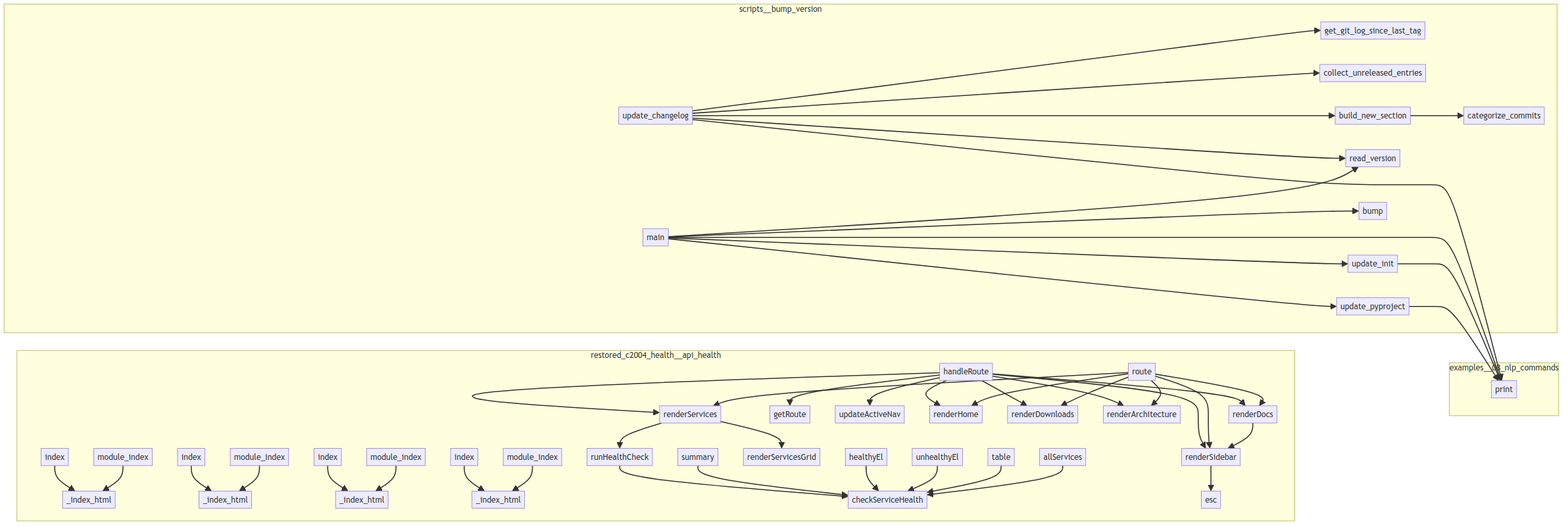
Before: project/calls.png, a diagram exported from Mermaid (semcod/resplit). Its source is kept beside it as project/calls.mmd.
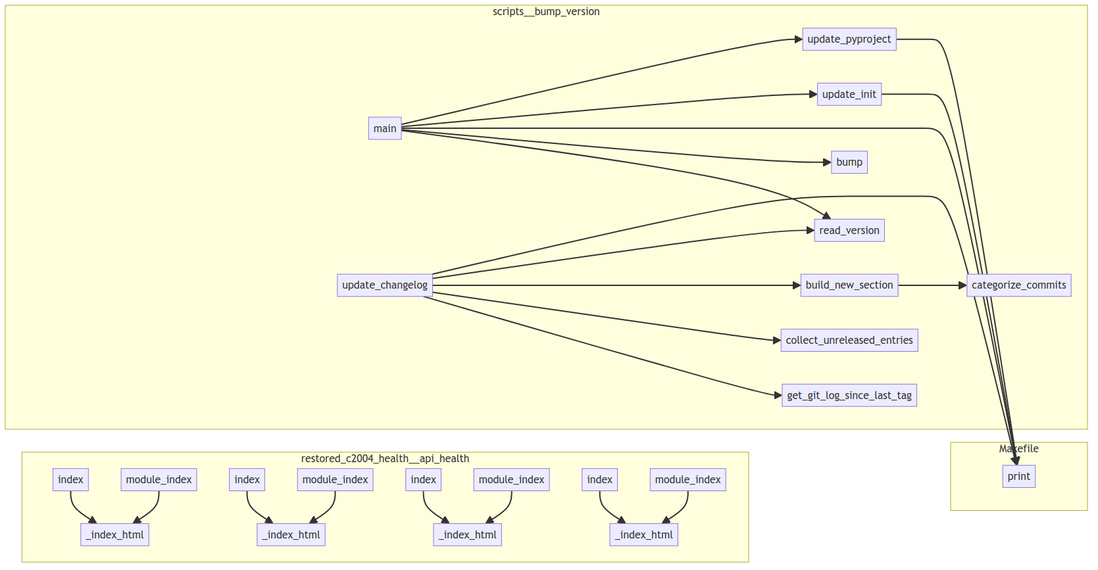
The same diagram one commit later.

Change to the diagram source:
```diff
@@ -1,51 +1,32 @@
 flowchart LR
-    subgraph examples__08_nlp_commands
-        examples__08_nlp_commands__README__print["print"]
+    subgraph Makefile
+        Makefile__print["print"]
     end
     subgraph restored_c2004_health__api_health
-        restored_c2004_health__api_health__backend__site__src__main__renderServices["renderServices"]
-        restored_c2004_health__api_health__backend__site__src__main__renderDocs["renderDocs"]
-        restored_c2004_health__api_health__backend__site__src__main__renderDownloads["renderDownloads"]
-        restored_c2004_health__api_health__backend__site__src__main__getRoute["getRoute"]
-        restored_c2004_health__api_health__backend__site__src__main__updateActiveNav["updateActiveNav"]
-        restored_c2004_health__api_health__backend__site__src__main__allServices["allServices"]
-        restored_c2004_health__api_health__backend__site__src__main__table["table"]
+        restored_c2004_health__api_health__backend__modules__connect_config_network__api__main___index_html["_index_html"]
+        restored_c2004_health__api_health__backend__modules__connect_reports_month__api__main___index_html["_index_html"]
+        restored_c2004_health__api_health__backend__modules__connect_config_network__api__main__index["index"]
+        restored_c2004_health__api_health__backend__modules__connect_manager_library__api__main___index_html["_index_html"]
+        restored_c2004_health__api_health__backend__modules__connect_manager_library__api__main__index["index"]
         restored_c2004_health__api_health__backend__modules__connect_manager_library__api__main__module_index["module_index"]
-        restored_c2004_health__api_health__backend__site__src__main__renderArchitecture["renderArchitecture"]
-        restored_c2004_health__api_health__backend__modules__connect_manager_library__api__main___index_html["_index_html"]
+        restored_c2004_health__api_health__backend__modules__connect_reports_month__api__main__index["index"]
+        restored_c2004_health__api_health__backend__modules__connect_id_user_list__api__main__module_index["module_index"]
         restored_c2004_health__api_health__backend__modules__connect_id_user_list__api__main__index["index"]
         restored_c2004_health__api_health__backend__modules__connect_reports_month__api__main__module_index["module_index"]
-        restored_c2004_health__api_health__backend__site__src__main__healthyEl["healthyEl"]
-        restored_c2004_health__api_health__backend__site__src__main__route["route"]
-        restored_c2004_health__api_health__backend__modules__connect_manager_library__api__main__index["index"]
-        restored_c2004_health__api_health__backend__modules__connect_reports_month__api__main___index_html["_index_html"]
-        restored_c2004_health__api_health__backend__site__src__main__renderServicesGrid["renderServicesGrid"]
-        restored_c2004_health__api_health__backend__site__src__main__esc["esc"]
         restored_c2004_health__api_health__backend__modules__connect_config_network__api__main__module_index["module_index"]
-        restored_c2004_health__api_health__backend__site__src__main__checkServiceHealth["checkServiceHealth"]
-        restored_c2004_health__api_health__backend__site__src__main__renderHome["renderHome"]
-        restored_c2004_health__api_health__backend__modules__connect_id_user_list__api__main__module_index["module_index"]
-        restored_c2004_health__api_health__backend__site__src__main__unhealthyEl["unhealthyEl"]
-        restored_c2004_health__api_health__backend__modules__connect_config_network__api__main___index_html["_index_html"]
-        restored_c2004_health__api_health__backend__site__src__main__summary["summary"]
-        restored_c2004_health__api_health__backend__modules__connect_config_network__api__main__index["index"]
-        restored_c2004_health__api_health__backend__site__src__main__renderSidebar["renderSidebar"]
-        restored_c2004_health__api_health__backend__site__src__main__handleRoute["handleRoute"]
-        restored_c2004_health__api_health__backend__modules__connect_reports_month__api__main__index["index"]
         restored_c2004_health__api_health__backend__modules__connect_id_user_list__api__main___index_html["_index_html"]
-        restored_c2004_health__api_health__backend__site__src__main__runHealthCheck["runHealthCheck"]
     end
     subgraph scripts__bump_version
+        scripts__bump_version__bump["bump"]
+        scripts__bump_version__get_git_log_since_last_tag["get_git_log_since_last_tag"]
+        scripts__bump_version__main["main"]
+        scripts__bump_version__read_version["read_version"]
+        scripts__bump_version__update_pyproject["update_pyproject"]
         scripts__bump_version__update_init["update_init"]
-        scripts__bump_version__get_git_log_since_last_tag["get_git_log_since_last_tag"]
         scripts__bump_version__categorize_commits["categorize_commits"]
-        scripts__bump_version__bump["bump"]
+        scripts__bump_version__build_new_section["build_new_section"]
+        scripts__bump_version__update_changelog["update_changelog"]
         scripts__bump_version__collect_unreleased_entries["collect_unreleased_entries"]
-        scripts__bump_version__update_changelog["update_changelog"]
-        scripts__bump_version__build_new_section["build_new_section"]
-        scripts__bump_version__main["main"]
-        scripts__bump_version__update_pyproject["update_pyproject"]
-        scripts__bump_version__read_version["read_version"]
     end
     restored_c2004_health__api_health__backend__modules__connect_config_network__api__main__index --> restored_c2004_health__api_health__backend__modules__connect_config_network__api__main___index_html
     restored_c2004_health__api_health__backend__modules__connect_config_network__api__main__module_index --> restored_c2004_health__api_health__backend__modules__connect_config_network__api__main___index_html
@@ -55,40 +36,16 @@
     restored_c2004_health__api_health__backend__modules__connect_manager_library__api__main__module_index --> restored_c2004_health__api_health__backend__modules__connect_manager_library__api__main___index_html
     restored_c2004_health__api_health__backend__modules__connect_reports_month__api__main__index --> restored_c2004_health__api_health__backend__modules__connect_reports_month__api__main___index_html
     restored_c2004_health__api_health__backend__modules__connect_reports_month__api__main__module_index --> restored_c2004_health__api_health__backend__modules__connect_reports_month__api__main___index_html
-    restored_c2004_health__api_health__backend__site__src__main__handleRoute --> restored_c2004_health__api_health__backend__site__src__main__getRoute
-    restored_c2004_health__api_health__backend__site__src__main__handleRoute --> restored_c2004_health__api_health__backend__site__src__main__updateActiveNav
-    restored_c2004_health__api_health__backend__site__src__main__handleRoute --> restored_c2004_health__api_health__backend__site__src__main__renderHome
-    restored_c2004_health__api_health__backend__site__src__main__handleRoute --> restored_c2004_health__api_health__backend__site__src__main__renderSidebar
-    restored_c2004_health__api_health__backend__site__src__main__handleRoute --> restored_c2004_health__api_health__backend__site__src__main__renderDownloads
-    restored_c2004_health__api_health__backend__site__src__main__handleRoute --> restored_c2004_health__api_health__backend__site__src__main__renderArchitecture
-    restored_c2004_health__api_health__backend__site__src__main__handleRoute --> restored_c2004_health__api_health__backend__site__src__main__renderServices
-    restored_c2004_health__api_health__backend__site__src__main__handleRoute --> restored_c2004_health__api_health__backend__site__src__main__renderDocs
-    restored_c2004_health__api_health__backend__site__src__main__route --> restored_c2004_health__api_health__backend__site__src__main__renderHome
-    restored_c2004_health__api_health__backend__site__src__main__route --> restored_c2004_health__api_health__backend__site__src__main__renderSidebar
-    restored_c2004_health__api_health__backend__site__src__main__route --> restored_c2004_health__api_health__backend__site__src__main__renderDownloads
-    restored_c2004_health__api_health__backend__site__src__main__route --> restored_c2004_health__api_health__backend__site__src__main__renderArchitecture
-    restored_c2004_health__api_health__backend__site__src__main__route --> restored_c2004_health__api_health__backend__site__src__main__renderServices
-    restored_c2004_health__api_health__backend__site__src__main__route --> restored_c2004_health__api_health__backend__site__src__main__renderDocs
-    restored_c2004_health__api_health__backend__site__src__main__renderServices --> restored_c2004_health__api_health__backend__site__src__main__runHealthCheck
-    restored_c2004_health__api_health__backend__site__src__main__renderServices --> restored_c2004_health__api_health__backend__site__src__main__renderServicesGrid
-    restored_c2004_health__api_health__backend__site__src__main__runHealthCheck --> restored_c2004_health__api_health__backend__site__src__main__checkServiceHealth
-    restored_c2004_health__api_health__backend__site__src__main__summary --> restored_c2004_health__api_health__backend__site__src__main__checkServiceHealth
-    restored_c2004_health__api_health__backend__site__src__main__healthyEl --> restored_c2004_health__api_health__backend__site__src__main__checkServiceHealth
-    restored_c2004_health__api_health__backend__site__src__main__unhealthyEl --> restored_c2004_health__api_health__backend__site__src__main__checkServiceHealth
-    restored_c2004_health__api_health__backend__site__src__main__table --> restored_c2004_health__api_health__backend__site__src__main__checkServiceHealth
-    restored_c2004_health__api_health__backend__site__src__main__allServices --> restored_c2004_health__api_health__backend__site__src__main__checkServiceHealth
-    restored_c2004_health__api_health__backend__site__src__main__renderDocs --> restored_c2004_health__api_health__backend__site__src__main__renderSidebar
-    restored_c2004_health__api_health__backend__site__src__main__renderSidebar --> restored_c2004_health__api_health__backend__site__src__main__esc
-    scripts__bump_version__update_init --> examples__08_nlp_commands__README__print
-    scripts__bump_version__update_pyproject --> examples__08_nlp_commands__README__print
+    scripts__bump_version__update_init --> Makefile__print
+    scripts__bump_version__update_pyproject --> Makefile__print
     scripts__bump_version__build_new_section --> scripts__bump_version__categorize_commits
     scripts__bump_version__update_changelog --> scripts__bump_version__get_git_log_since_last_tag
     scripts__bump_version__update_changelog --> scripts__bump_version__collect_unreleased_entries
     scripts__bump_version__update_changelog --> scripts__bump_version__build_new_section
     scripts__bump_version__update_changelog --> scripts__bump_version__read_version
-    scripts__bump_version__update_changelog --> examples__08_nlp_commands__README__print
+    scripts__bump_version__update_changelog --> Makefile__print
     scripts__bump_version__main --> scripts__bump_version__read_version
     scripts__bump_version__main --> scripts__bump_version__bump
-    scripts__bump_version__main --> examples__08_nlp_commands__README__print
+    scripts__bump_version__main --> Makefile__print
     scripts__bump_version__main --> scripts__bump_version__update_init
     scripts__bump_version__main --> scripts__bump_version__update_pyproject
```
